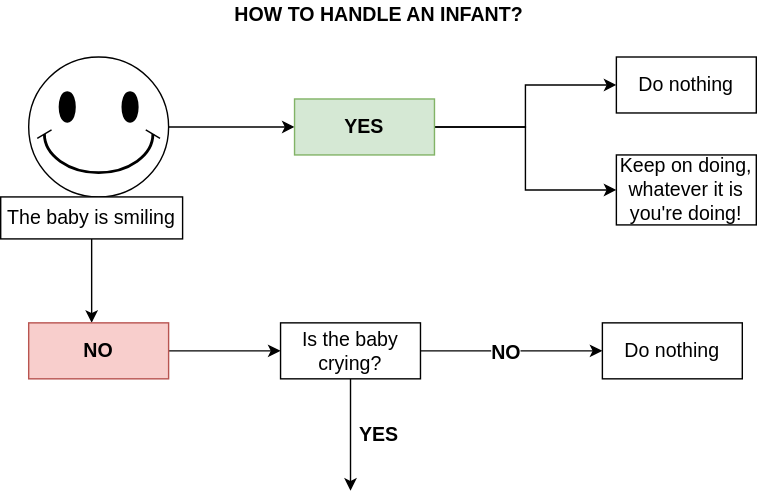
Earlier version of the draw.io export KT2-148.svg (KomunikacjaTechnicznaVistula/Anna-Bureta). Source tidied: cells renumbered, new cells last; positions are measured from the earlier drawing's top-left corner, leaving out a move shared by most shapes.
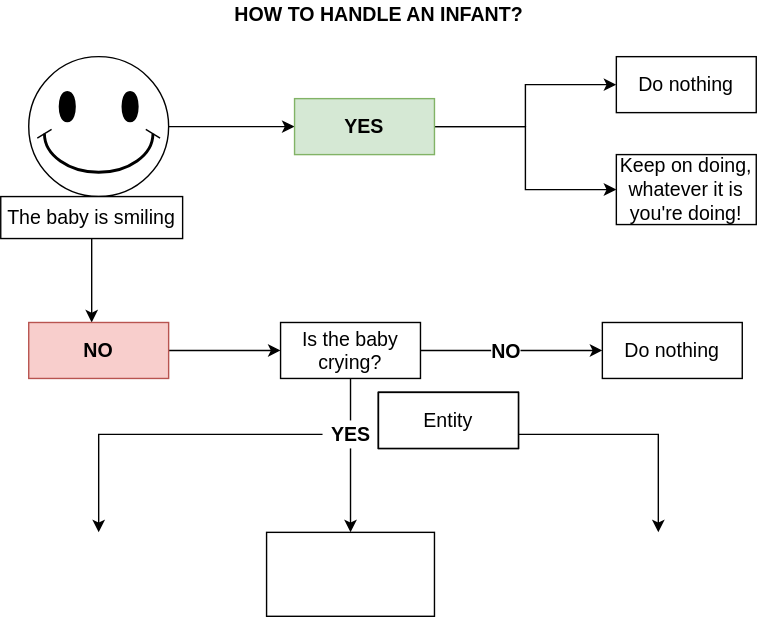
Above is the later version.

Change to the diagram source:
```diff
@@ -48,19 +48,49 @@
         <mxPoint x="9" y="-3" as="offset" />
       </mxGeometry>
     </mxCell>
-    <mxCell id="16" style="edgeStyle=orthogonalEdgeStyle;rounded=0;jettySize=auto;html=1;fontSize=14;" parent="1" edge="1" source="17">
-      <mxGeometry relative="1" as="geometry">
-        <mxPoint x="250" y="350" as="targetPoint" />
-      </mxGeometry>
-    </mxCell>
     <mxCell id="17" value="Is the baby crying?" style="whiteSpace=wrap;html=1;align=center;fontSize=14;" parent="1" vertex="1">
       <mxGeometry x="200" y="230" width="100" height="40" as="geometry" />
     </mxCell>
     <mxCell id="18" value="Do nothing" style="whiteSpace=wrap;html=1;align=center;fontSize=14;" parent="1" vertex="1">
       <mxGeometry x="430" y="230" width="100" height="40" as="geometry" />
     </mxCell>
+    <mxCell id="20" style="edgeStyle=orthogonalEdgeStyle;rounded=0;jettySize=auto;html=1;fontSize=14;" parent="1" edge="1" source="19" target="24">
+      <mxGeometry relative="1" as="geometry" />
+    </mxCell>
+    <mxCell id="21" style="edgeStyle=orthogonalEdgeStyle;rounded=0;jettySize=auto;html=1;fontSize=14;" parent="1" edge="1" source="19">
+      <mxGeometry relative="1" as="geometry">
+        <mxPoint x="470" y="380" as="targetPoint" />
+      </mxGeometry>
+    </mxCell>
+    <mxCell id="22" style="edgeStyle=orthogonalEdgeStyle;rounded=0;jettySize=auto;html=1;fontSize=14;" parent="1" edge="1" source="19">
+      <mxGeometry relative="1" as="geometry">
+        <mxPoint x="70" y="380" as="targetPoint" />
+      </mxGeometry>
+    </mxCell>
     <mxCell id="19" value="&lt;b&gt;YES&lt;/b&gt;" style="text;html=1;align=center;verticalAlign=middle;points=[];strokeColor=none;fillColor=none;fontSize=14;" parent="1" vertex="1">
-      <mxGeometry x="250" y="300" width="40" height="20" as="geometry" />
+      <mxGeometry x="230" y="300" width="40" height="20" as="geometry" />
     </mxCell>
+    <mxCell id="23" style="edgeStyle=orthogonalEdgeStyle;rounded=0;jettySize=auto;html=1;fontSize=14;endArrow=none;" parent="1" edge="1" source="17" target="19">
+      <mxGeometry relative="1" as="geometry">
+        <Array as="points">
+          <mxPoint x="250" y="305" />
+        </Array>
+      </mxGeometry>
+    </mxCell>
+    <mxCell id="24" style="whiteSpace=wrap;html=1;fontSize=14;" parent="1" vertex="1">
+      <mxGeometry x="190" y="380" width="120" height="60" as="geometry" />
+    </mxCell>
+    <mxCell id="25" value="Entity" style="whiteSpace=wrap;html=1;align=center;fontSize=14;" parent="1" vertex="1">
+      <mxGeometry x="270" y="280" width="100" height="40" as="geometry" />
+    </mxCell>
+    <mxCell id="26" value="Entity" style="whiteSpace=wrap;html=1;align=center;fontSize=14;" parent="1" vertex="1">
+      <mxGeometry x="270" y="280" width="100" height="40" as="geometry" />
+    </mxCell>
+    <mxCell id="27" value="Entity" style="whiteSpace=wrap;html=1;align=center;fontSize=14;" parent="1" vertex="1">
+      <mxGeometry x="270" y="280" width="100" height="40" as="geometry" />
+    </mxCell>
+    <mxCell id="28" value="Entity" style="whiteSpace=wrap;html=1;align=center;fontSize=14;" parent="1" vertex="1">
+      <mxGeometry x="270" y="280" width="100" height="40" as="geometry" />
+    </mxCell>
   </root>
 </mxGraphModel>
```
